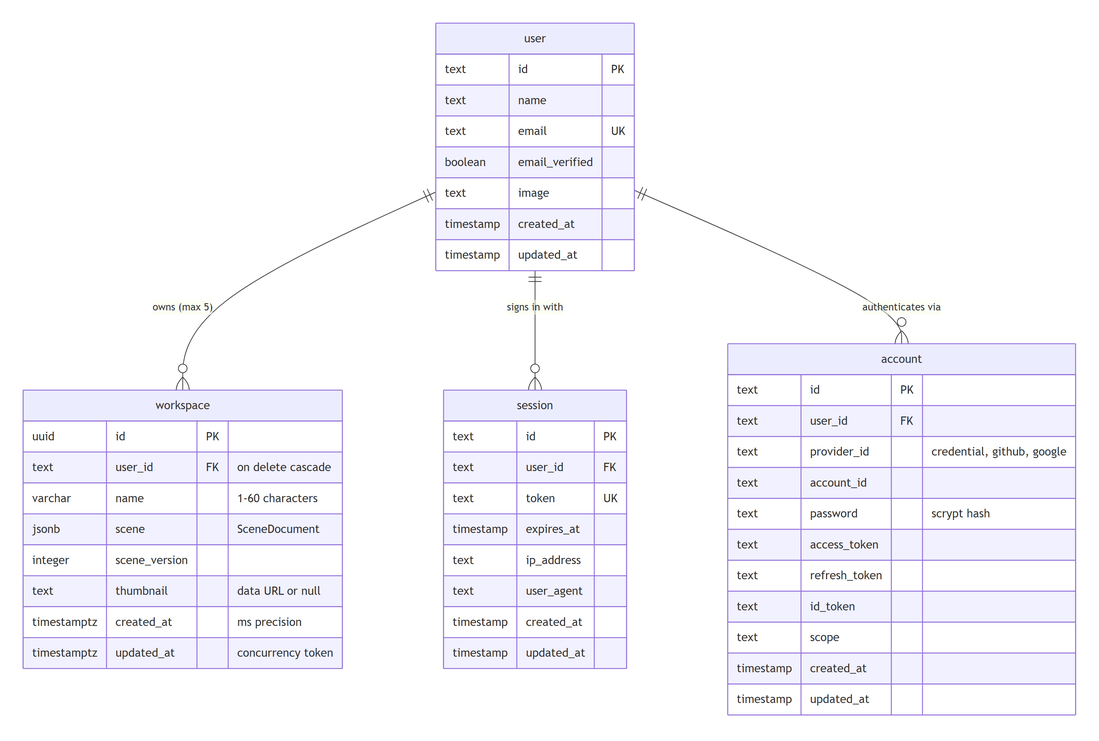
Above: docs/diagrams/04-data-model.png in QuocThai-254/artikin (Mermaid), before the change. Its source is kept beside it as docs/diagrams/04-data-model.mmd.
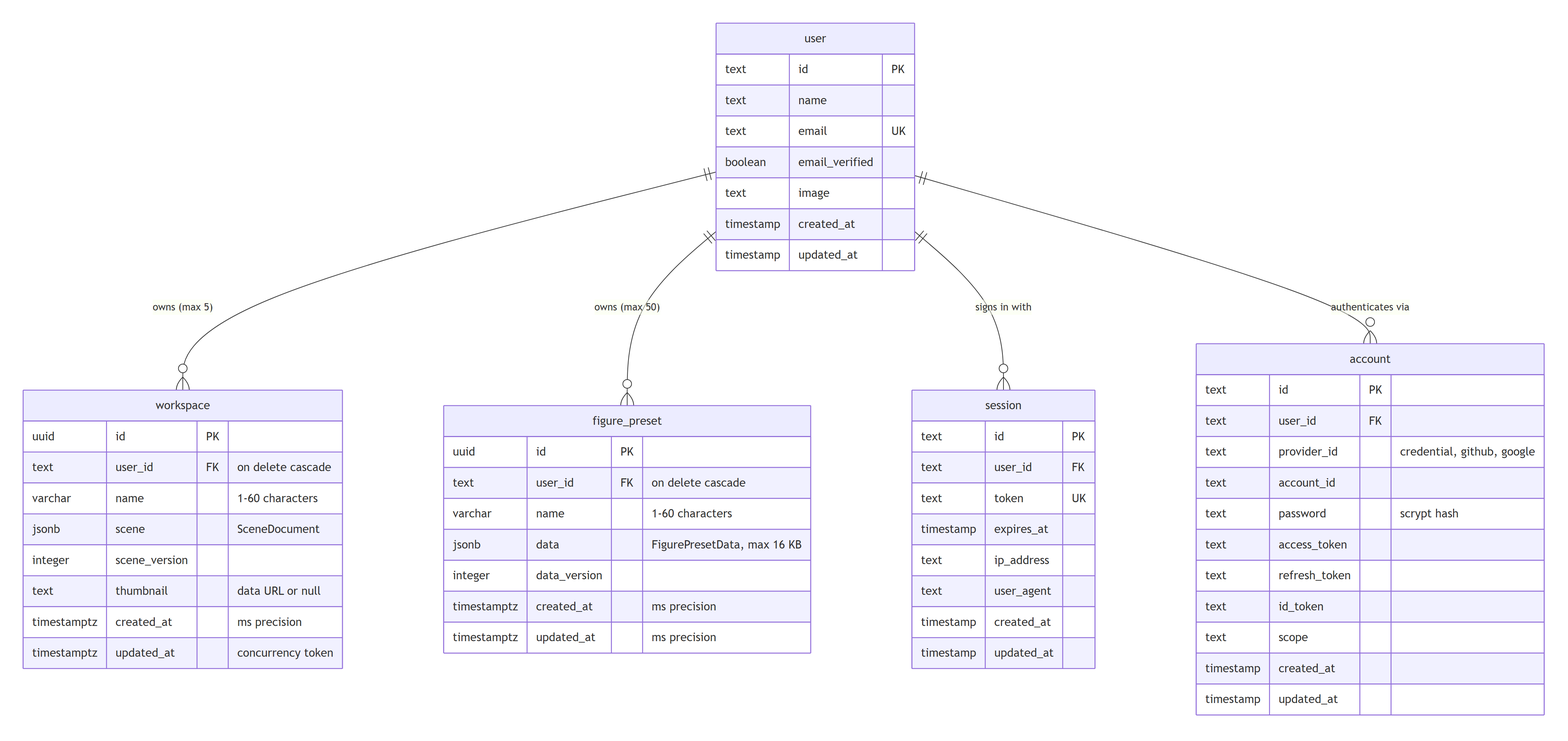
After the change.

The edit, as a diff of the source:
```diff
@@ -1,5 +1,6 @@
 erDiagram
   user ||--o{ workspace : "owns (max 5)"
+  user ||--o{ figure_preset : "owns (max 50)"
   user ||--o{ session : "signs in with"
   user ||--o{ account : "authenticates via"
   user {
@@ -20,6 +21,15 @@
     text thumbnail "data URL or null"
     timestamptz created_at "ms precision"
     timestamptz updated_at "concurrency token"
+  }
+  figure_preset {
+    uuid id PK
+    text user_id FK "on delete cascade"
+    varchar name "1-60 characters"
+    jsonb data "FigurePresetData, max 16 KB"
+    integer data_version
+    timestamptz created_at "ms precision"
+    timestamptz updated_at "ms precision"
   }
   session {
     text id PK
```
